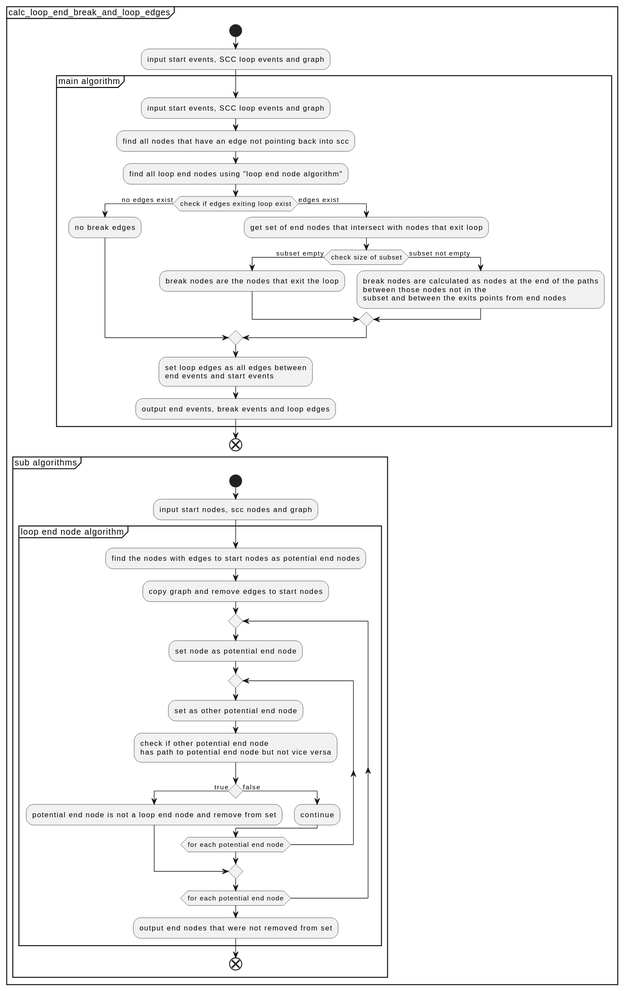
The PlantUML diagram docs/development/design/1-DN-SCC_loop_detection/End_break_and_loop_edges/implementation.svg in xtuml/otel2puml, before a commit. The source it was exported from:
```plantuml
@startuml
    partition "calc_loop_end_break_and_loop_edges" {
        start
        :input start events, SCC loop events and graph;
        group "main algorithm"
        :input start events, SCC loop events and graph;
        :find all nodes that have an edge not pointing back into scc;
        :find all loop end nodes using "loop end node algorithm";
        if (check if edges exiting loop exist) then (no edges exist)
            :no break edges;
        else (edges exist)
            :get set of end nodes that intersect with nodes that exit loop;
            if (check size of subset) then (subset empty)
                :break nodes are the nodes that exit the loop;
            else (subset not empty)
                :break nodes are calculated as nodes at the end of the paths\nbetween those nodes not in the\nsubset and between the exits points from end nodes;
            endif
        endif
        :set loop edges as all edges between\nend events and start events;
        :output end events, break events and loop edges;
        end group
        end
        partition "sub algorithms" {
            start
            :input start nodes, scc nodes and graph;
            group "loop end node algorithm"
            :find the nodes with edges to start nodes as potential end nodes;
            :copy graph and remove edges to start nodes;
            repeat
                :set node as potential end node;
                repeat
                    :set as other potential end node;
                    :check if other potential end node\nhas path to potential end node but not vice versa;
                    if () then (true)
                        :potential end node is not a loop end node and remove from set;
                        break
                    else (false)
                        :continue;
                    endif
                repeat while (for each potential end node)
            repeat while (for each potential end node)
            :output end nodes that were not removed from set;
            end group
            end
        }
    }
@enduml
```
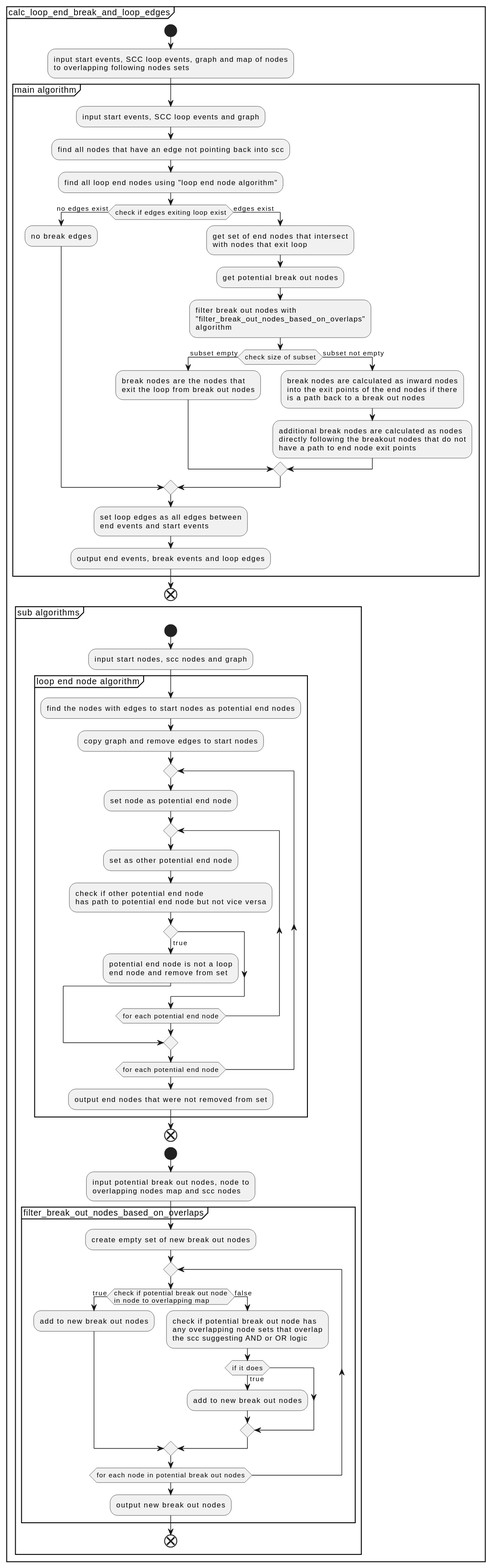
Above is the later version.

What changed in the source:
```diff
@@ -1,7 +1,7 @@
 @startuml
     partition "calc_loop_end_break_and_loop_edges" {
         start
-        :input start events, SCC loop events and graph;
+        :input start events, SCC loop events, graph and map of nodes\nto overlapping following nodes sets;
         group "main algorithm"
         :input start events, SCC loop events and graph;
         :find all nodes that have an edge not pointing back into scc;
@@ -9,11 +9,14 @@
         if (check if edges exiting loop exist) then (no edges exist)
             :no break edges;
         else (edges exist)
-            :get set of end nodes that intersect with nodes that exit loop;
+            :get set of end nodes that intersect\nwith nodes that exit loop;
+            :get potential break out nodes;
+            :filter break out nodes with\n"filter_break_out_nodes_based_on_overlaps"\nalgorithm;
             if (check size of subset) then (subset empty)
-                :break nodes are the nodes that exit the loop;
+                :break nodes are the nodes that\nexit the loop from break out nodes;
             else (subset not empty)
-                :break nodes are calculated as nodes at the end of the paths\nbetween those nodes not in the\nsubset and between the exits points from end nodes;
+                :break nodes are calculated as inward nodes\ninto the exit points of the end nodes if there\nis a path back to a break out nodes;
+                :additional break nodes are calculated as nodes\ndirectly following the breakout nodes that do not\nhave a path to end node exit points;
             endif
         endif
         :set loop edges as all edges between\nend events and start events;
@@ -32,16 +35,31 @@
                     :set as other potential end node;
                     :check if other potential end node\nhas path to potential end node but not vice versa;
                     if () then (true)
-                        :potential end node is not a loop end node and remove from set;
+                        :potential end node is not a loop\nend node and remove from set;
                         break
-                    else (false)
-                        :continue;
                     endif
                 repeat while (for each potential end node)
             repeat while (for each potential end node)
             :output end nodes that were not removed from set;
             end group
             end
+            start
+            :input potential break out nodes, node to\noverlapping nodes map and scc nodes;
+            group "filter_break_out_nodes_based_on_overlaps"
+                :create empty set of new break out nodes;
+                repeat
+                    if (check if potential break out node\nin node to overlapping map) then (true)
+                        :add to new break out nodes;
+                    else (false)
+                        :check if potential break out node has\nany overlapping node sets that overlap\nthe scc suggesting AND or OR logic;
+                        if (if it does) then (true)
+                            :add to new break out nodes;
+                        endif
+                    endif
+                repeat while (for each node in potential break out nodes)
+                :output new break out nodes;
+            end group
+            end
         }
     }
 @enduml
```
